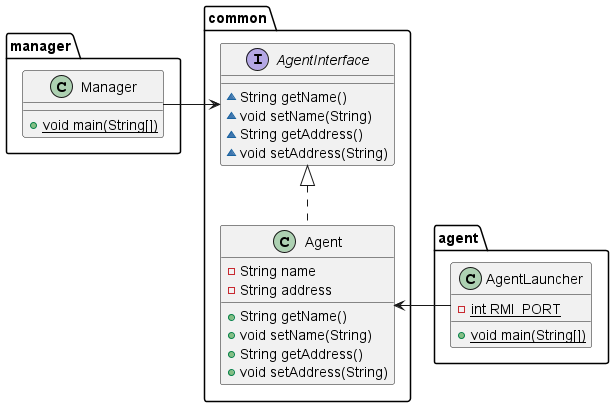
This is UML.png from louga31/SNMP, a PlantUML export, as it was before one commit.
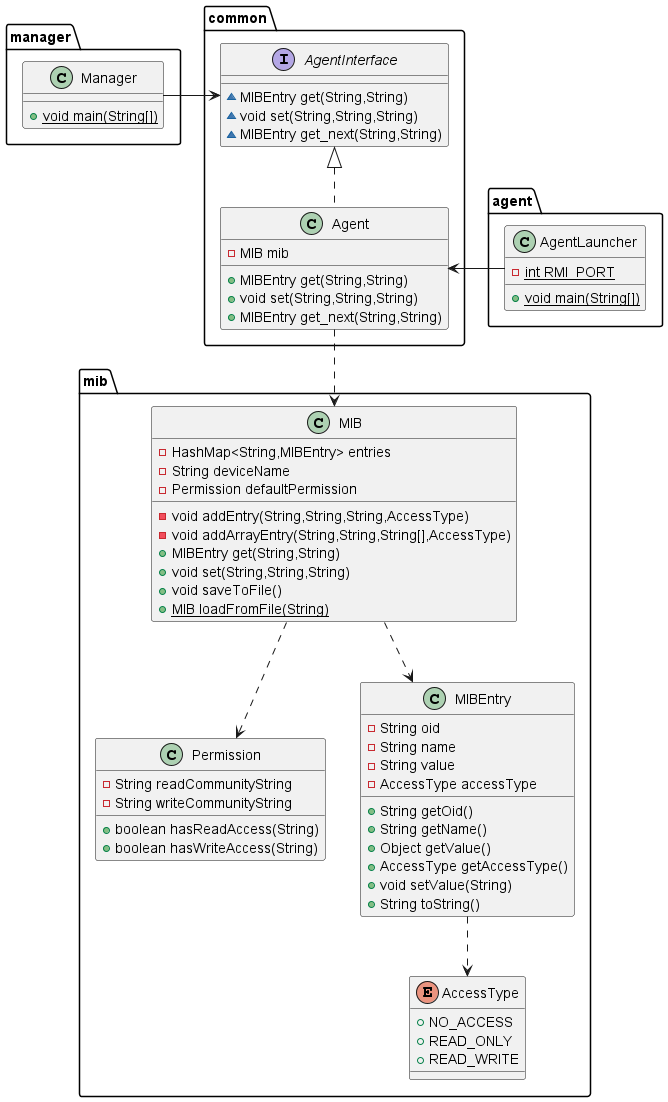
The same diagram one commit later.

What changed in the source:
```diff
@@ -2,26 +2,63 @@
 class manager.Manager {
 + {static} void main(String[])
 }
+class mib.Permission {
+- String readCommunityString
+- String writeCommunityString
++ boolean hasReadAccess(String)
++ boolean hasWriteAccess(String)
+}
+enum mib.AccessType {
++  NO_ACCESS
++  READ_ONLY
++  READ_WRITE
+}
 interface common.AgentInterface {
-~ String getName()
-~ void setName(String)
-~ String getAddress()
-~ void setAddress(String)
+~ MIBEntry get(String,String)
+~ void set(String,String,String)
+~ MIBEntry get_next(String,String)
+}
+class mib.MIBEntry {
+- String oid
+- String name
+- String value
+- AccessType accessType
++ String getOid()
++ String getName()
++ Object getValue()
++ AccessType getAccessType()
++ void setValue(String)
++ String toString()
 }
 class common.Agent {
-- String name
-- String address
-+ String getName()
-+ void setName(String)
-+ String getAddress()
-+ void setAddress(String)
+- MIB mib
++ MIBEntry get(String,String)
++ void set(String,String,String)
++ MIBEntry get_next(String,String)
+}
+class mib.MIB {
+- HashMap<String,MIBEntry> entries
+- String deviceName
+- Permission defaultPermission
+- void addEntry(String,String,String,AccessType)
+- void addArrayEntry(String,String,String[],AccessType)
++ MIBEntry get(String,String)
++ void set(String,String,String)
++ void saveToFile()
++ {static} MIB loadFromFile(String)
 }
 class agent.AgentLauncher {
 - {static} int RMI_PORT
 + {static} void main(String[])
 }
 
+
 manager.Manager -> common.AgentInterface
 agent.AgentLauncher -> common.Agent
 common.AgentInterface <|.. common.Agent
+common.Agent ..> mib.MIB
+mib.MIB ..> mib.MIBEntry
+mib.MIBEntry ..> mib.AccessType
+mib.MIB ..> mib.Permission
+
 @enduml
```
